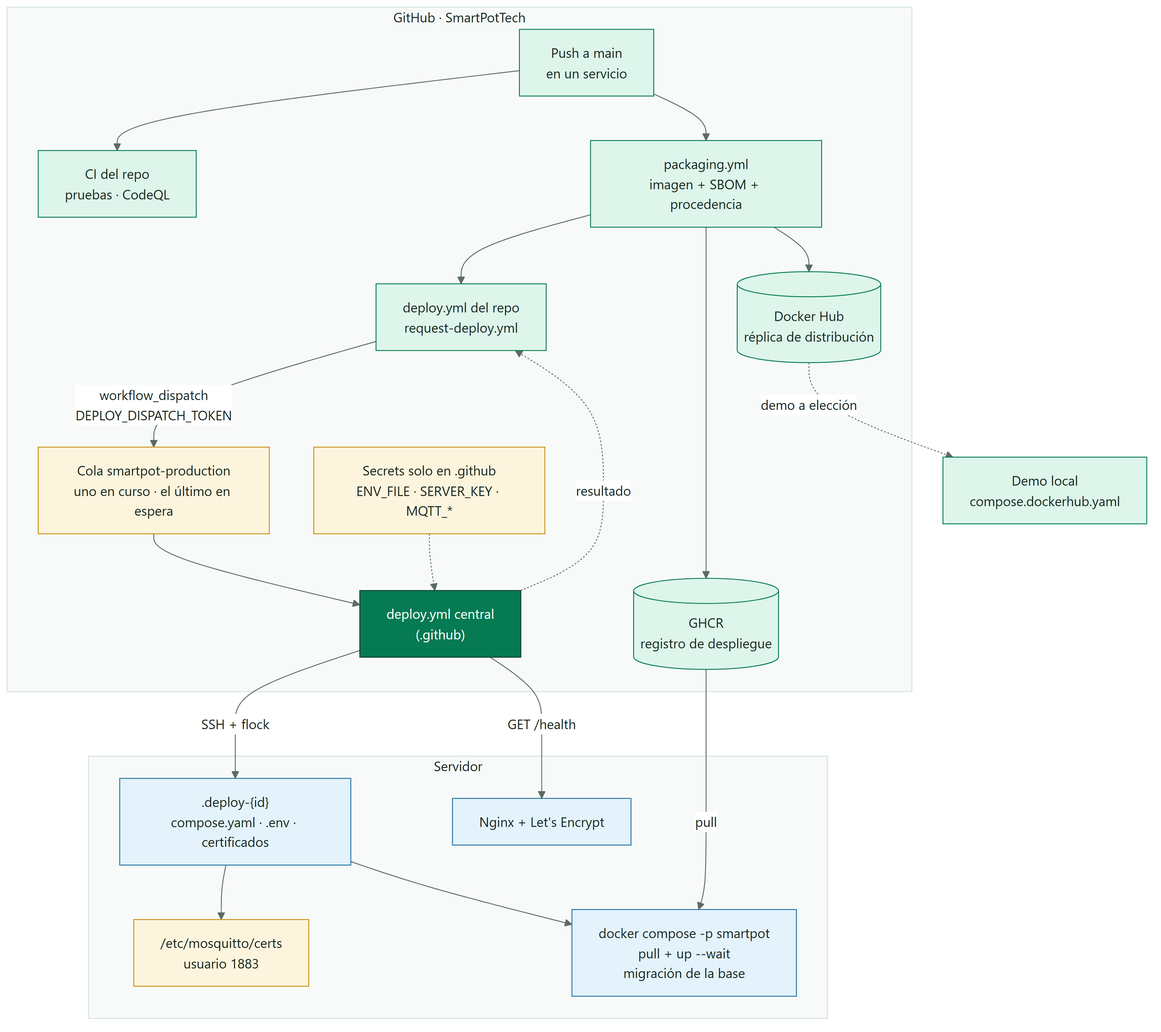
Above: docs/diagrams/SmartPot_06_Deployment.png in SmartPotTech/.github (Mermaid), before the change. Its source is kept beside it as docs/diagrams/SmartPot_06_Deployment.mmd.
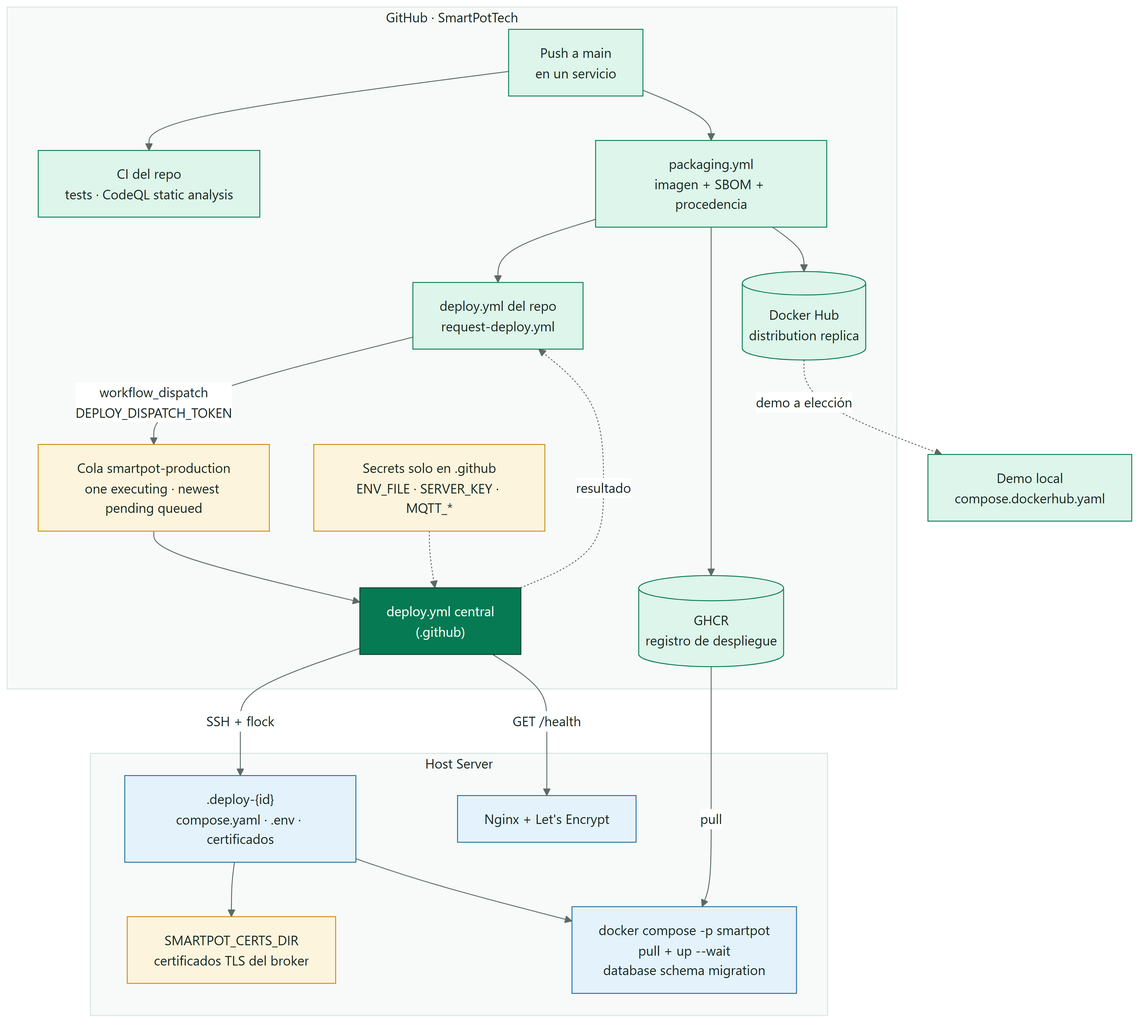
After the commit.

The edit, as a diff of the source:
```diff
@@ -1,20 +1,20 @@
 %%{init: {"theme": "base", "fontFamily": "Segoe UI, Arial, sans-serif", "themeVariables": {"fontFamily": "Segoe UI, Arial, sans-serif", "fontSize": "15px", "primaryColor": "#DDF5EA", "primaryTextColor": "#17261F", "primaryBorderColor": "#067A52", "secondaryColor": "#E3F2FB", "secondaryTextColor": "#17261F", "secondaryBorderColor": "#1F6FA0", "tertiaryColor": "#F2F7F4", "tertiaryTextColor": "#17261F", "tertiaryBorderColor": "#D5E3DC", "lineColor": "#5B6B63", "textColor": "#17261F", "mainBkg": "#DDF5EA", "nodeBorder": "#067A52", "clusterBkg": "#F7FAF8", "clusterBorder": "#D5E3DC", "edgeLabelBackground": "#FFFFFF", "actorBkg": "#067A52", "actorBorder": "#0B3D2B", "actorTextColor": "#FFFFFF", "actorLineColor": "#5B6B63", "signalColor": "#17261F", "signalTextColor": "#17261F", "labelBoxBkgColor": "#0B3D2B", "labelBoxBorderColor": "#0B3D2B", "labelTextColor": "#FFFFFF", "loopTextColor": "#0B3D2B", "noteBkgColor": "#FDF4DD", "noteBorderColor": "#C98D12", "noteTextColor": "#17261F", "activationBkgColor": "#DDF5EA", "activationBorderColor": "#067A52", "attributeBackgroundColorOdd": "#FFFFFF", "attributeBackgroundColorEven": "#F2F7F4"}}}%%
 flowchart TB
   subgraph github["GitHub · SmartPotTech"]
-    repo["Push a main<br/>en un servicio"] --> ci["CI del repo<br/>pruebas · CodeQL"]
+    repo["Push a main<br/>en un servicio"] --> ci["CI del repo<br/>tests · CodeQL static analysis"]
     repo --> pkg["packaging.yml<br/>imagen + SBOM + procedencia"]
     pkg --> ghcr[("GHCR<br/>registro de despliegue")]
-    pkg --> hub[("Docker Hub<br/>réplica de distribución")]
+    pkg --> hub[("Docker Hub<br/>distribution replica")]
     pkg --> dep["deploy.yml del repo<br/>request-deploy.yml"]
-    dep -->|"workflow_dispatch<br/>DEPLOY_DISPATCH_TOKEN"| queue["Cola smartpot-production<br/>uno en curso · el último en espera"]
+    dep -->|"workflow_dispatch<br/>DEPLOY_DISPATCH_TOKEN"| queue["Cola smartpot-production<br/>one executing · newest pending queued"]
     queue --> central["deploy.yml central<br/>(.github)"]
     central -.->|"resultado"| dep
     secrets["Secrets solo en .github<br/>ENV_FILE · SERVER_KEY · MQTT_*"] -.-> central
   end
-  subgraph servidor["Servidor"]
+  subgraph servidor["Host Server"]
     stage[".deploy-{id}<br/>compose.yaml · .env · certificados"]
     certs["SMARTPOT_CERTS_DIR<br/>certificados TLS del broker"]
-    compose["docker compose -p smartpot<br/>pull + up --wait<br/>migración de la base"]
+    compose["docker compose -p smartpot<br/>pull + up --wait<br/>database schema migration"]
     nginx["Nginx + Let's Encrypt"]
   end
   central -->|"SSH + flock"| stage
```
